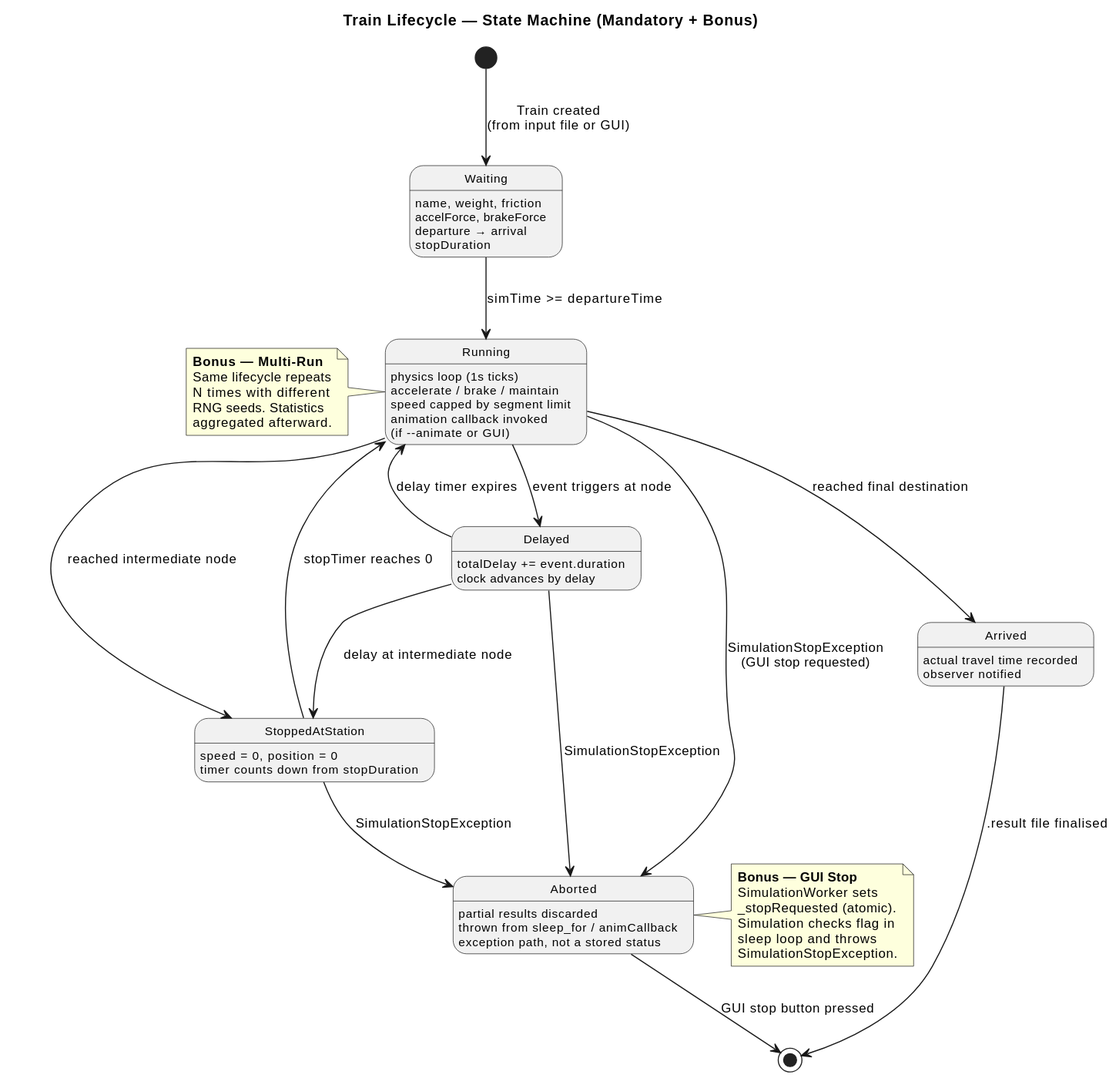
Before: docs/diagrams/state_train_lifecycle.svg, a diagram exported from PlantUML (abaiao-r/Module_05_Train_yourself).
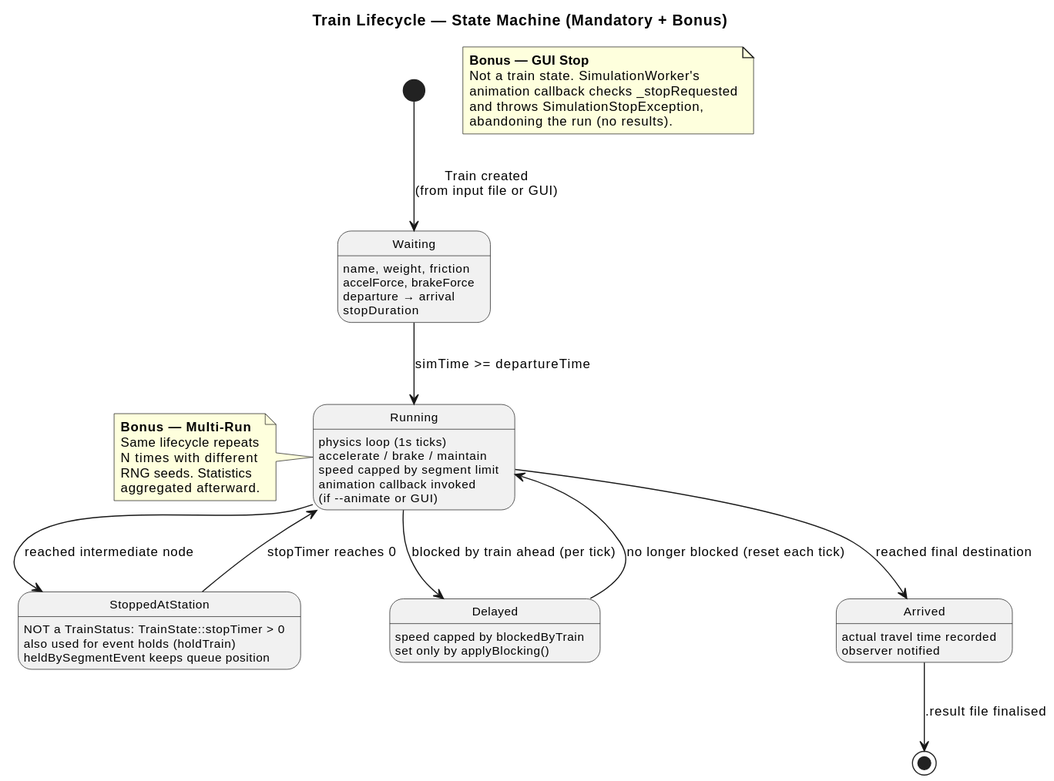
Above is the later version.

Change to the diagram source:
```diff
@@ -15,41 +15,32 @@
 Waiting : stopDuration
 
 Running --> StoppedAtStation : reached intermediate node
-Running --> Delayed : event triggers at node
+Running --> Delayed : blocked by train ahead (per tick)
 Running --> Arrived : reached final destination
-Running --> Aborted : SimulationStopException\n(GUI stop requested)
 Running : physics loop (1s ticks)
 Running : accelerate / brake / maintain
 Running : speed capped by segment limit
 Running : animation callback invoked\n(if --animate or GUI)
 
 StoppedAtStation --> Running : stopTimer reaches 0
-StoppedAtStation --> Aborted : SimulationStopException
-StoppedAtStation : speed = 0, position = 0
-StoppedAtStation : timer counts down from stopDuration
+StoppedAtStation : NOT a TrainStatus: TrainState::stopTimer > 0
+StoppedAtStation : also used for event holds (holdTrain)
+StoppedAtStation : heldBySegmentEvent keeps queue position
 
-Delayed --> Running : delay timer expires
-Delayed --> StoppedAtStation : delay at intermediate node
-Delayed --> Aborted : SimulationStopException
-Delayed : totalDelay += event.duration
-Delayed : clock advances by delay
+Delayed --> Running : no longer blocked (reset each tick)
+Delayed : speed capped by blockedByTrain
+Delayed : set only by applyBlocking()
 
 Arrived --> [*] : .result file finalised
 Arrived : actual travel time recorded
 Arrived : observer notified
 
-Aborted --> [*] : GUI stop button pressed
-Aborted : partial results discarded
-Aborted : thrown from sleep_for / animCallback
-Aborted : exception path, not a stored status
-
-note right of Aborted
+note as StopNote
   **Bonus — GUI Stop**
-  SimulationWorker sets
-  _stopRequested (atomic).
-  Simulation checks flag in
-  sleep loop and throws
-  SimulationStopException.
+  Not a train state. SimulationWorker's
+  animation callback checks _stopRequested
+  and throws SimulationStopException,
+  abandoning the run (no results).
 end note
 
 note left of Running
```
